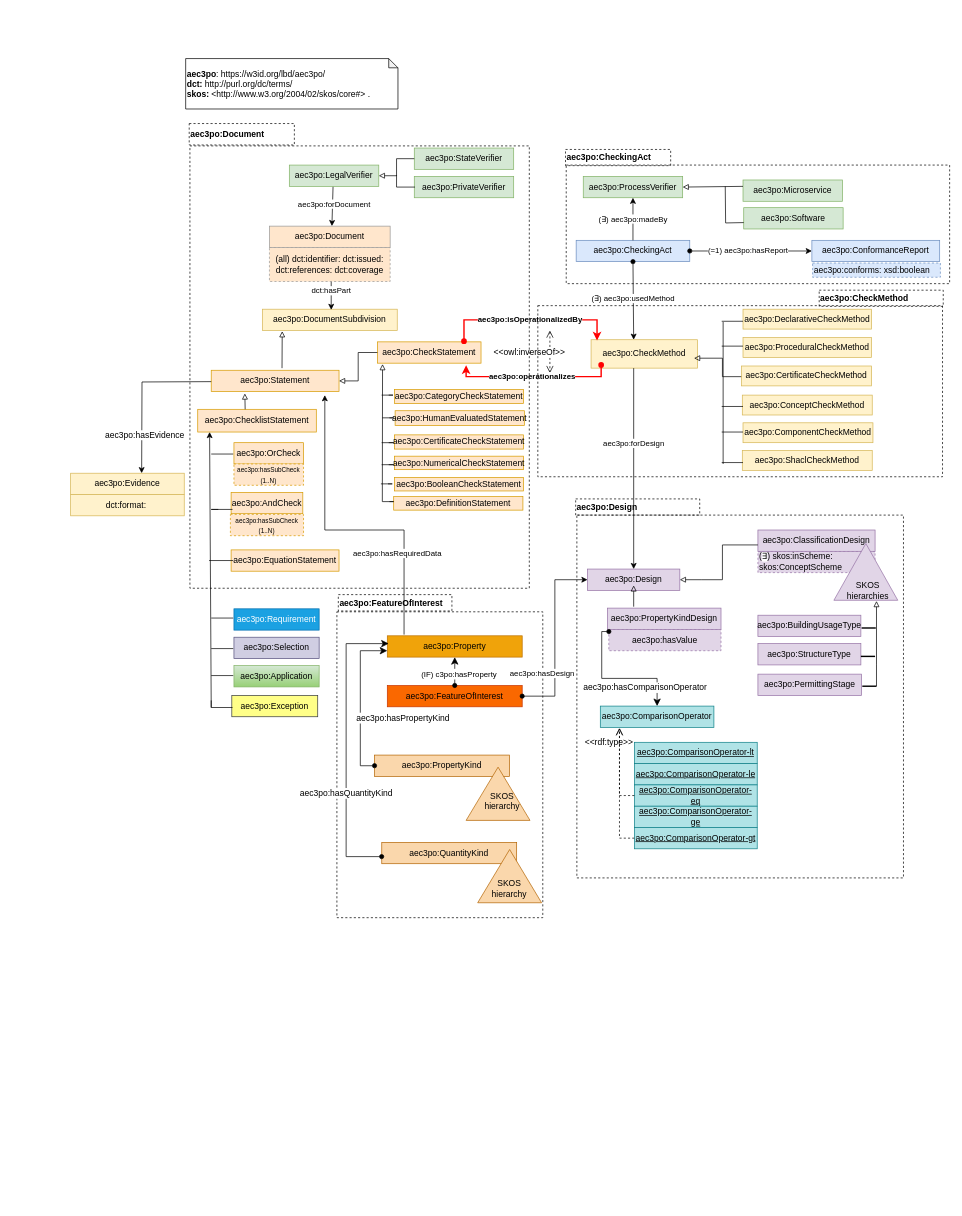
Accord-Project/aec3po keeps this draw.io diagram as page "aec3po_v1.0.0" (12 of 14) of resources/aec3po.drawio. Above is the earlier version. Source tidied: cells renumbered, new cells numbered last; positions are measured from the earlier drawing's top-left corner, leaving out a move shared by most shapes. Both pictures are drawn from the tidied source at 71%, with x=0, y=0 at pixel (70, 12).
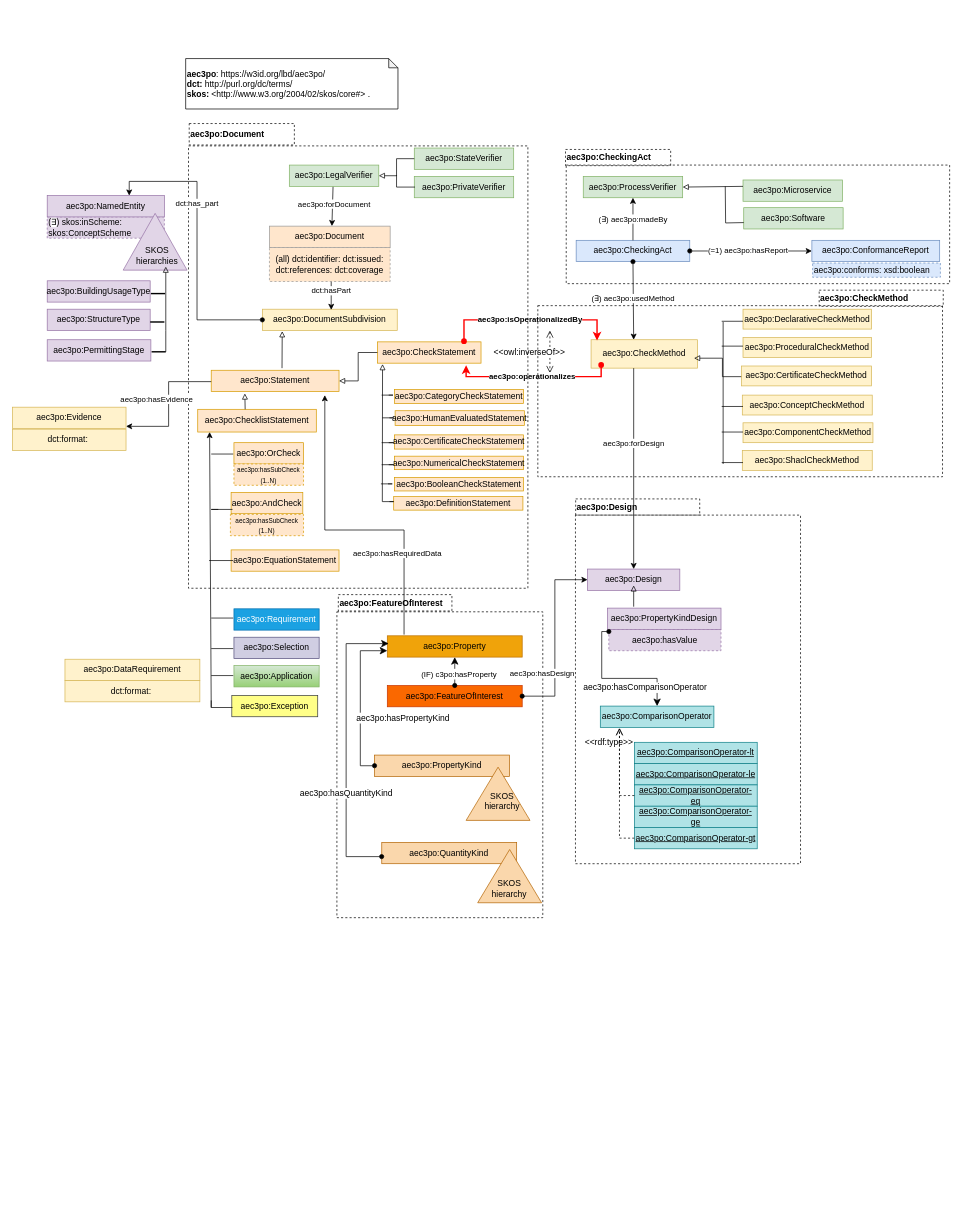
Above is the later version.

The change refers to these unchanged cells:
```xml
<mxCell id="10" value="aec3po:DocumentSubdivision" style="rounded=0;whiteSpace=wrap;html=1;snapToPoint=1;points=[[0.1,0],[0.2,0],[0.3,0],[0.4,0],[0.5,0],[0.6,0],[0.7,0],[0.8,0],[0.9,0],[0,0.1],[0,0.3],[0,0.5],[0,0.7],[0,0.9],[0.1,1],[0.2,1],[0.3,1],[0.4,1],[0.5,1],[0.6,1],[0.7,1],[0.8,1],[0.9,1],[1,0.1],[1,0.3],[1,0.5],[1,0.7],[1,0.9]];fillColor=#fff2cc;strokeColor=#d6b656;" parent="1" vertex="1">
  <mxGeometry x="270" y="418" width="190" height="30" as="geometry" />
</mxCell>
```

Change to the diagram source:
```diff
@@
-    <mxCell id="33" value="(&lt;span style=&quot;background-color: rgb(255, 255, 255);&quot;&gt;∃&lt;/span&gt;) skos:inScheme: skos:ConceptScheme" style="rounded=0;whiteSpace=wrap;html=1;dashed=1;align=left;fillColor=#e1d5e7;strokeColor=#9673a6;" parent="1" vertex="1">
-      <mxGeometry x="968" y="759" width="165" height="30" as="geometry" />
-    </mxCell>
-    <mxCell id="34" value="aec3po:ClassificationDesign" style="rounded=0;whiteSpace=wrap;html=1;snapToPoint=1;points=[[0.1,0],[0.2,0],[0.3,0],[0.4,0],[0.5,0],[0.6,0],[0.7,0],[0.8,0],[0.9,0],[0,0.1],[0,0.3],[0,0.5],[0,0.7],[0,0.9],[0.1,1],[0.2,1],[0.3,1],[0.4,1],[0.5,1],[0.6,1],[0.7,1],[0.8,1],[0.9,1],[1,0.1],[1,0.3],[1,0.5],[1,0.7],[1,0.9]];fillColor=#e1d5e7;strokeColor=#9673a6;" parent="1" vertex="1">
-      <mxGeometry x="968" y="729" width="165" height="30" as="geometry" />
-    </mxCell>
-    <mxCell id="35" style="triangle;whiteSpace=wrap;html=1;rotation=-90;fillColor=#e1d5e7;strokeColor=#9673a6;" parent="1" vertex="1">
-      <mxGeometry x="1080" y="743" width="80" height="90" as="geometry" />
-    </mxCell>
-    <mxCell id="36" value="SKOS hierarchies" style="text;html=1;align=center;verticalAlign=middle;whiteSpace=wrap;rounded=0;strokeColor=none;" parent="1" vertex="1">
-      <mxGeometry x="1093" y="799" width="60" height="30" as="geometry" />
-    </mxCell>
-    <mxCell id="37" value="aec3po:BuildingUsageType" style="rounded=0;whiteSpace=wrap;html=1;fillColor=#e1d5e7;strokeColor=#9673a6;" parent="1" vertex="1">
-      <mxGeometry x="968" y="849" width="145" height="30" as="geometry" />
-    </mxCell>
-    <mxCell id="38" value="aec3po:StructureType" style="rounded=0;whiteSpace=wrap;html=1;fillColor=#e1d5e7;strokeColor=#9673a6;" parent="1" vertex="1">
-      <mxGeometry x="968" y="889" width="145" height="30" as="geometry" />
-    </mxCell>
-    <mxCell id="39" value="aec3po:PermittingStage" style="rounded=0;whiteSpace=wrap;html=1;fillColor=#e1d5e7;strokeColor=#9673a6;" parent="1" vertex="1">
-      <mxGeometry x="968" y="932" width="146" height="30" as="geometry" />
-    </mxCell>
-    <mxCell id="40" style="edgeStyle=orthogonalEdgeStyle;rounded=0;jettySize=auto;html=1;exitX=1;exitY=0.5;exitDx=0;exitDy=0;startArrow=none;startFill=0;endArrow=block;endFill=0;exitPerimeter=0;" parent="1" edge="1" source="42">
-      <mxGeometry relative="1" as="geometry">
-        <mxPoint x="1135" y="829" as="targetPoint" />
-        <Array as="points">
-          <mxPoint x="1135" y="919" />
-          <mxPoint x="1135" y="919" />
-        </Array>
-      </mxGeometry>
-    </mxCell>
-    <mxCell id="41" style="line;strokeWidth=2;html=1;" parent="1" vertex="1">
-      <mxGeometry x="1114" y="862" width="20" height="10" as="geometry" />
-    </mxCell>
-    <mxCell id="42" style="line;strokeWidth=2;html=1;" parent="1" vertex="1">
-      <mxGeometry x="1115" y="944" width="20" height="10" as="geometry" />
-    </mxCell>
-    <mxCell id="43" style="line;strokeWidth=2;html=1;" parent="1" vertex="1">
-      <mxGeometry x="1113" y="902" width="20" height="10" as="geometry" />
-    </mxCell>
-    <mxCell id="44" style="endArrow=block;html=1;rounded=0;labelBackgroundColor=default;strokeColor=default;fontFamily=Helvetica;fontSize=11;fontColor=default;shape=connector;endFill=0;exitX=0;exitY=0.7;exitDx=0;exitDy=0;edgeStyle=orthogonalEdgeStyle;" parent="1" edge="1" source="34">
-      <mxGeometry relative="1" as="geometry">
-        <mxPoint x="858" y="799" as="targetPoint" />
-        <Array as="points">
-          <mxPoint x="918" y="750" />
-          <mxPoint x="918" y="799" />
-          <mxPoint x="888" y="799" />
-        </Array>
-      </mxGeometry>
-    </mxCell>
@@
     <mxCell id="51" style="rounded=0;whiteSpace=wrap;html=1;fontSize=9;fillColor=none;dashed=1;" parent="1" vertex="1">
-      <mxGeometry x="713" y="708" width="460" height="511" as="geometry" />
+      <mxGeometry x="711" y="708" width="317" height="491" as="geometry" />
     </mxCell>
@@
     <mxCell id="77" style="rounded=0;whiteSpace=wrap;html=1;fontSize=9;fillColor=none;dashed=1;" parent="1" vertex="1">
-      <mxGeometry x="168" y="188" width="478" height="623" as="geometry" />
+      <mxGeometry x="166" y="188" width="478" height="623" as="geometry" />
     </mxCell>
@@
-    <mxCell id="92" style="edgeStyle=orthogonalEdgeStyle;rounded=0;orthogonalLoop=1;jettySize=auto;html=1;startArrow=none;startFill=0;endArrow=classic;endFill=1;exitX=0.1;exitY=1;exitDx=0;exitDy=0;entryX=0.6;entryY=0;entryDx=0;entryDy=0;" parent="1" edge="1">
+    <mxCell id="92" style="edgeStyle=elbowEdgeStyle;rounded=0;jettySize=auto;html=1;startArrow=none;startFill=0;endArrow=classic;endFill=1;exitX=0.1;exitY=1;exitDx=0;exitDy=0;entryX=1;entryY=0.9;entryDx=0;entryDy=0;" parent="1" edge="1" target="93">
       <mxGeometry relative="1" as="geometry">
         <mxPoint x="198" y="520" as="sourcePoint" />
-        <mxPoint x="100" y="649" as="targetPoint" />
       </mxGeometry>
     </mxCell>
+    <mxCell id="95" value="aec3po:hasEvidence" style="edgeLabel;html=1;align=center;verticalAlign=middle;" parent="92" vertex="1">
+      <mxGeometry x="-0.4" y="1" relative="1" as="geometry">
+        <mxPoint x="-23" y="23" as="offset" />
+      </mxGeometry>
+    </mxCell>
     <mxCell id="93" value="aec3po:Evidence" style="rounded=0;whiteSpace=wrap;html=1;snapToPoint=1;points=[[0.1,0],[0.2,0],[0.3,0],[0.4,0],[0.5,0],[0.6,0],[0.7,0],[0.8,0],[0.9,0],[0,0.1],[0,0.3],[0,0.5],[0,0.7],[0,0.9],[0.1,1],[0.2,1],[0.3,1],[0.4,1],[0.5,1],[0.6,1],[0.7,1],[0.8,1],[0.9,1],[1,0.1],[1,0.3],[1,0.5],[1,0.7],[1,0.9]];fillColor=#fff2cc;strokeColor=#d6b656;" parent="1" vertex="1">
-      <mxGeometry y="649" width="160" height="30" as="geometry" />
+      <mxGeometry x="-82" y="556" width="160" height="30" as="geometry" />
     </mxCell>
     <mxCell id="94" value="dct:format:&amp;nbsp;" style="rounded=0;whiteSpace=wrap;html=1;fillColor=#fff2cc;strokeColor=#d6b656;" parent="1" vertex="1">
-      <mxGeometry y="679" width="160" height="30" as="geometry" />
+      <mxGeometry x="-82" y="587" width="160" height="30" as="geometry" />
     </mxCell>
-    <mxCell id="95" value="&lt;span style=&quot;color: rgb(0, 0, 0); font-family: Helvetica; font-size: 12px; font-style: normal; font-variant-ligatures: normal; font-variant-caps: normal; font-weight: 400; letter-spacing: normal; orphans: 2; text-align: center; text-indent: 0px; text-transform: none; widows: 2; word-spacing: 0px; -webkit-text-stroke-width: 0px; background-color: rgb(255, 255, 255); text-decoration-thickness: initial; text-decoration-style: initial; text-decoration-color: initial; float: none; display: inline !important;&quot;&gt;aec3po:hasEvidence&lt;/span&gt;" style="text;whiteSpace=wrap;html=1;" parent="1" vertex="1">
-      <mxGeometry x="47" y="582" width="140" height="40" as="geometry" />
-    </mxCell>
@@
+    <mxCell id="33" value="(&lt;span style=&quot;background-color: rgb(255, 255, 255);&quot;&gt;∃&lt;/span&gt;) skos:inScheme: skos:ConceptScheme" style="rounded=0;whiteSpace=wrap;html=1;dashed=1;align=left;fillColor=#e1d5e7;strokeColor=#9673a6;" parent="1" vertex="1">
+      <mxGeometry x="-33" y="288" width="165" height="30" as="geometry" />
+    </mxCell>
+    <mxCell id="141" value="aec3po:NamedEntity" style="rounded=0;whiteSpace=wrap;html=1;snapToPoint=1;points=[[0.1,0],[0.2,0],[0.3,0],[0.4,0],[0.5,0],[0.6,0],[0.7,0],[0.8,0],[0.9,0],[0,0.1],[0,0.3],[0,0.5],[0,0.7],[0,0.9],[0.1,1],[0.2,1],[0.3,1],[0.4,1],[0.5,1],[0.6,1],[0.7,1],[0.8,1],[0.9,1],[1,0.1],[1,0.3],[1,0.5],[1,0.7],[1,0.9]];fillColor=#e1d5e7;strokeColor=#9673a6;" parent="1" vertex="1">
+      <mxGeometry x="-33" y="258" width="165" height="30" as="geometry" />
+    </mxCell>
+    <mxCell id="142" style="triangle;whiteSpace=wrap;html=1;rotation=-90;fillColor=#e1d5e7;strokeColor=#9673a6;" parent="1" vertex="1">
+      <mxGeometry x="79" y="278" width="80" height="90" as="geometry" />
+    </mxCell>
+    <mxCell id="36" value="SKOS hierarchies" style="text;html=1;align=center;verticalAlign=middle;whiteSpace=wrap;rounded=0;strokeColor=none;" parent="1" vertex="1">
+      <mxGeometry x="92" y="328" width="60" height="30" as="geometry" />
+    </mxCell>
+    <mxCell id="37" value="aec3po:BuildingUsageType" style="rounded=0;whiteSpace=wrap;html=1;fillColor=#e1d5e7;strokeColor=#9673a6;" parent="1" vertex="1">
+      <mxGeometry x="-33" y="378" width="145" height="30" as="geometry" />
+    </mxCell>
+    <mxCell id="38" value="aec3po:StructureType" style="rounded=0;whiteSpace=wrap;html=1;fillColor=#e1d5e7;strokeColor=#9673a6;" parent="1" vertex="1">
+      <mxGeometry x="-33" y="418" width="145" height="30" as="geometry" />
+    </mxCell>
+    <mxCell id="143" value="dct:has_part" style="edgeStyle=orthogonalEdgeStyle;rounded=0;jettySize=auto;html=1;startArrow=oval;startFill=1;entryX=0.7;entryY=0;entryDx=0;entryDy=0;" parent="1" edge="1" source="10" target="141">
+      <mxGeometry x="0.27" relative="1" as="geometry">
+        <Array as="points">
+          <mxPoint x="178" y="433" />
+          <mxPoint x="178" y="238" />
+          <mxPoint x="83" y="238" />
+        </Array>
+      </mxGeometry>
+    </mxCell>
+    <mxCell id="39" value="aec3po:PermittingStage" style="rounded=0;whiteSpace=wrap;html=1;fillColor=#e1d5e7;strokeColor=#9673a6;" parent="1" vertex="1">
+      <mxGeometry x="-33" y="461" width="146" height="30" as="geometry" />
+    </mxCell>
+    <mxCell id="144" style="edgeStyle=orthogonalEdgeStyle;rounded=0;jettySize=auto;html=1;exitX=1;exitY=0.5;exitDx=0;exitDy=0;startArrow=none;startFill=0;endArrow=block;endFill=0;exitPerimeter=0;" parent="1" edge="1" source="146">
+      <mxGeometry relative="1" as="geometry">
+        <mxPoint x="134" y="358" as="targetPoint" />
+        <Array as="points">
+          <mxPoint x="134" y="448" />
+          <mxPoint x="134" y="448" />
+        </Array>
+      </mxGeometry>
+    </mxCell>
+    <mxCell id="145" style="line;strokeWidth=2;html=1;" parent="1" vertex="1">
+      <mxGeometry x="113" y="391" width="20" height="10" as="geometry" />
+    </mxCell>
+    <mxCell id="146" style="line;strokeWidth=2;html=1;" parent="1" vertex="1">
+      <mxGeometry x="114" y="473" width="20" height="10" as="geometry" />
+    </mxCell>
+    <mxCell id="147" style="line;strokeWidth=2;html=1;" parent="1" vertex="1">
+      <mxGeometry x="112" y="431" width="20" height="10" as="geometry" />
+    </mxCell>
+    <mxCell id="148" value="aec3po:DataRequirement" style="rounded=0;whiteSpace=wrap;html=1;fillColor=#fff2cc;strokeColor=#d6b656;" parent="1" vertex="1">
+      <mxGeometry x="-8" y="911" width="190" height="30" as="geometry" />
+    </mxCell>
+    <mxCell id="149" value="dct:format:&amp;nbsp;" style="rounded=0;whiteSpace=wrap;html=1;fillColor=#fff2cc;strokeColor=#d6b656;" parent="1" vertex="1">
+      <mxGeometry x="-8" y="941" width="190" height="30" as="geometry" />
+    </mxCell>
```
